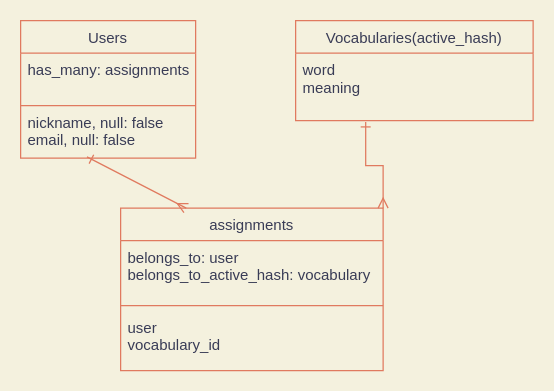
Earlier version of the draw.io diagram vocabulary.drawio (shinya-tnk/vocabulary-app). Source tidied: cells renumbered, new cells numbered last; positions are measured from the earlier drawing's top-left corner, leaving out a move shared by most shapes. Both pictures are drawn from the tidied source at 125%, with x=0, y=0 at pixel (20, 20).
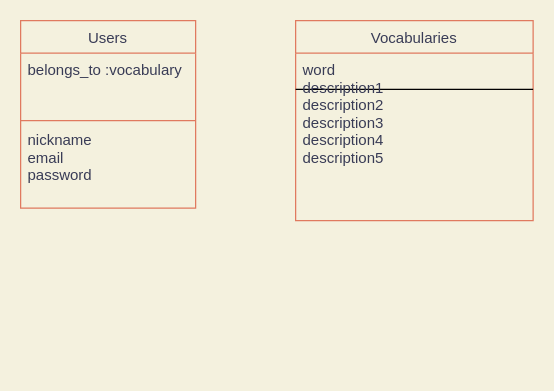
The same diagram, later.

What changed in the source:
```diff
@@
 <mxGraphModel background="#F4F1DE">
   <root>
     <mxCell id="0" />
     <mxCell id="1" parent="0" />
     <mxCell id="2" value="Users" style="swimlane;fontStyle=0;horizontal=1;startSize=26;fillColor=none;strokeColor=#E07A5F;fontColor=#393C56;" parent="1" vertex="1">
-      <mxGeometry width="140" height="110" as="geometry" />
+      <mxGeometry width="140" height="150" as="geometry" />
     </mxCell>
-    <mxCell id="3" value="has_many: assignments&#10;&#10;&#10;nickname, null: false&#10;email, null: false" style="text;strokeColor=none;fillColor=none;align=left;verticalAlign=top;spacingLeft=4;spacingRight=4;overflow=hidden;points=[[0,0.5],[1,0.5]];portConstraint=eastwest;fontColor=#393C56;" parent="2" vertex="1">
-      <mxGeometry y="26" width="140" height="84" as="geometry" />
+    <mxCell id="3" value="belongs_to :vocabulary&#10;&#10;&#10;&#10;nickname&#10;email&#10;password" style="text;strokeColor=none;fillColor=none;align=left;verticalAlign=top;spacingLeft=4;spacingRight=4;overflow=hidden;points=[[0,0.5],[1,0.5]];portConstraint=eastwest;fontColor=#393C56;" parent="2" vertex="1">
+      <mxGeometry y="26" width="140" height="124" as="geometry" />
     </mxCell>
-    <mxCell id="4" style="edgeStyle=none;rounded=0;orthogonalLoop=1;jettySize=auto;html=1;exitX=1;exitY=0.5;exitDx=0;exitDy=0;entryX=0;entryY=0.5;entryDx=0;entryDy=0;endArrow=none;endFill=0;labelBackgroundColor=#F4F1DE;strokeColor=#E07A5F;fontColor=#393C56;" parent="2" edge="1" source="3" target="3">
-      <mxGeometry relative="1" as="geometry" />
+    <mxCell id="4" style="edgeStyle=none;rounded=0;jettySize=auto;html=1;entryX=0;entryY=0.435;entryDx=0;entryDy=0;endArrow=none;endFill=0;labelBackgroundColor=#F4F1DE;strokeColor=#E07A5F;fontColor=#393C56;entryPerimeter=0;" parent="2" edge="1" target="3">
+      <mxGeometry relative="1" as="geometry">
+        <mxPoint x="140" y="80" as="sourcePoint" />
+      </mxGeometry>
     </mxCell>
-    <mxCell id="5" value="Vocabularies(active_hash)" style="swimlane;fontStyle=0;horizontal=1;startSize=26;fillColor=none;strokeColor=#E07A5F;fontColor=#393C56;" parent="1" vertex="1">
-      <mxGeometry x="220" width="190" height="80" as="geometry" />
+    <mxCell id="5" value="Vocabularies" style="swimlane;fontStyle=0;horizontal=1;startSize=26;fillColor=none;strokeColor=#E07A5F;fontColor=#393C56;" parent="1" vertex="1">
+      <mxGeometry x="220" width="190" height="160" as="geometry" />
     </mxCell>
+    <mxCell id="13" style="endArrow=none;html=1;strokeColor=#000000;strokeWidth=1;" parent="5" edge="1">
+      <mxGeometry relative="1" as="geometry">
+        <mxPoint y="55" as="sourcePoint" />
+        <mxPoint x="190" y="55" as="targetPoint" />
+      </mxGeometry>
+    </mxCell>
+    <mxCell id="14" style="edgeStyle=orthogonalEdgeStyle;rounded=0;orthogonalLoop=1;jettySize=auto;html=1;exitX=1;exitY=0.5;exitDx=0;exitDy=0;startSize=1;endSize=1;strokeColor=#000000;strokeWidth=1;" parent="5" edge="1" source="6" target="6">
+      <mxGeometry relative="1" as="geometry" />
+    </mxCell>
-    <mxCell id="6" value="word&#10;meaning" style="text;strokeColor=none;fillColor=none;align=left;verticalAlign=top;spacingLeft=4;spacingRight=4;overflow=hidden;points=[[0,0.5],[1,0.5]];portConstraint=eastwest;fontColor=#393C56;" parent="5" vertex="1">
-      <mxGeometry y="26" width="190" height="54" as="geometry" />
+    <mxCell id="6" value="word&#10;description1&#10;description2&#10;description3&#10;description4&#10;description5" style="text;strokeColor=none;fillColor=none;align=left;verticalAlign=top;spacingLeft=4;spacingRight=4;overflow=hidden;points=[[0,0.5],[1,0.5]];portConstraint=eastwest;fontColor=#393C56;fontStyle=0;" parent="5" vertex="1">
+      <mxGeometry y="26" width="190" height="134" as="geometry" />
     </mxCell>
-    <mxCell id="7" style="rounded=0;jettySize=auto;html=1;exitX=0.25;exitY=0;exitDx=0;exitDy=0;entryX=0.379;entryY=0.988;entryDx=0;entryDy=0;entryPerimeter=0;endArrow=ERone;endFill=0;startArrow=ERmany;startFill=0;labelBackgroundColor=#F4F1DE;strokeColor=#E07A5F;fontColor=#393C56;" parent="1" edge="1" source="9" target="3">
-      <mxGeometry relative="1" as="geometry" />
-    </mxCell>
-    <mxCell id="8" style="edgeStyle=elbowEdgeStyle;rounded=0;jettySize=auto;html=1;exitX=1;exitY=0;exitDx=0;exitDy=0;entryX=0.295;entryY=1.019;entryDx=0;entryDy=0;startArrow=ERmany;startFill=0;endArrow=ERone;endFill=0;entryPerimeter=0;elbow=vertical;labelBackgroundColor=#F4F1DE;strokeColor=#E07A5F;fontColor=#393C56;" parent="1" edge="1" source="9" target="6">
-      <mxGeometry relative="1" as="geometry" />
-    </mxCell>
-    <mxCell id="9" value="assignments" style="swimlane;fontStyle=0;horizontal=1;startSize=26;fillColor=none;strokeColor=#E07A5F;fontColor=#393C56;" parent="1" vertex="1">
-      <mxGeometry x="80" y="150" width="210" height="130" as="geometry" />
-    </mxCell>
-    <mxCell id="10" value="belongs_to: user&#10;belongs_to_active_hash: vocabulary&#10;&#10;&#10;user&#10;vocabulary_id" style="text;strokeColor=none;fillColor=none;align=left;verticalAlign=top;spacingLeft=4;spacingRight=4;overflow=hidden;points=[[0,0.5],[1,0.5]];portConstraint=eastwest;fontColor=#393C56;" parent="9" vertex="1">
-      <mxGeometry y="26" width="210" height="104" as="geometry" />
-    </mxCell>
-    <mxCell id="11" style="rounded=0;orthogonalLoop=1;jettySize=auto;html=1;exitX=1;exitY=0.5;exitDx=0;exitDy=0;labelBackgroundColor=#F4F1DE;strokeColor=#E07A5F;fontColor=#393C56;" parent="9" edge="1" source="10" target="10">
-      <mxGeometry relative="1" as="geometry" />
-    </mxCell>
-    <mxCell id="12" style="rounded=0;orthogonalLoop=1;jettySize=auto;html=1;exitX=1;exitY=0.5;exitDx=0;exitDy=0;entryX=0;entryY=0.5;entryDx=0;entryDy=0;endArrow=none;endFill=0;labelBackgroundColor=#F4F1DE;strokeColor=#E07A5F;fontColor=#393C56;" parent="9" edge="1" source="10" target="10">
-      <mxGeometry relative="1" as="geometry" />
-    </mxCell>
   </root>
 </mxGraphModel>
```
